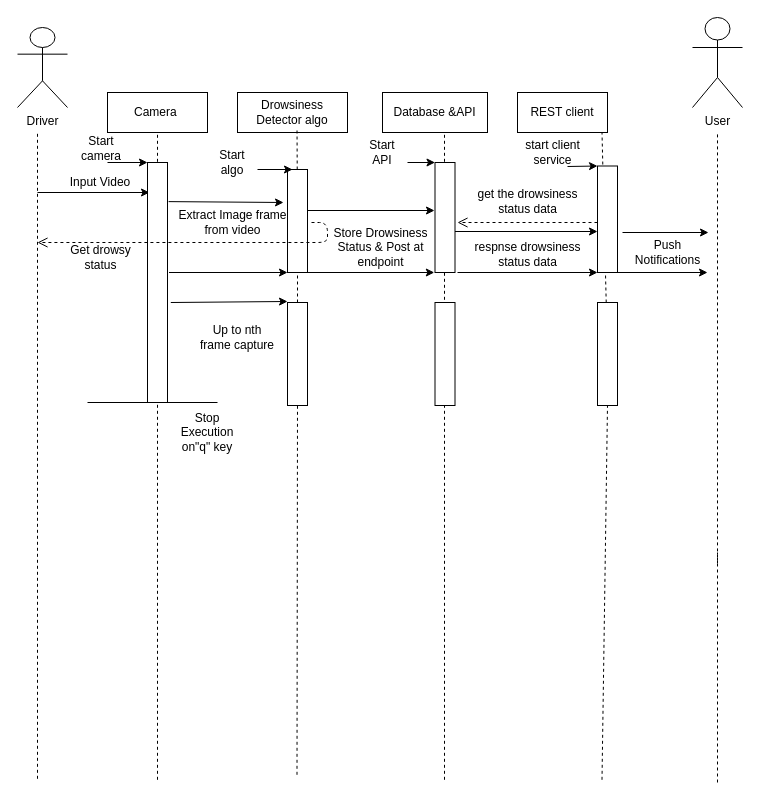
The draw.io diagram sequence diagram.drawio in jonamadk/DrawIO, before the edit. Source tidied: cells renumbered, new cells numbered last; positions are measured from the earlier drawing's top-left corner, leaving out a move shared by most shapes. Both pictures are drawn from the tidied source at 100%, with x=0, y=0 at pixel (17, 17).
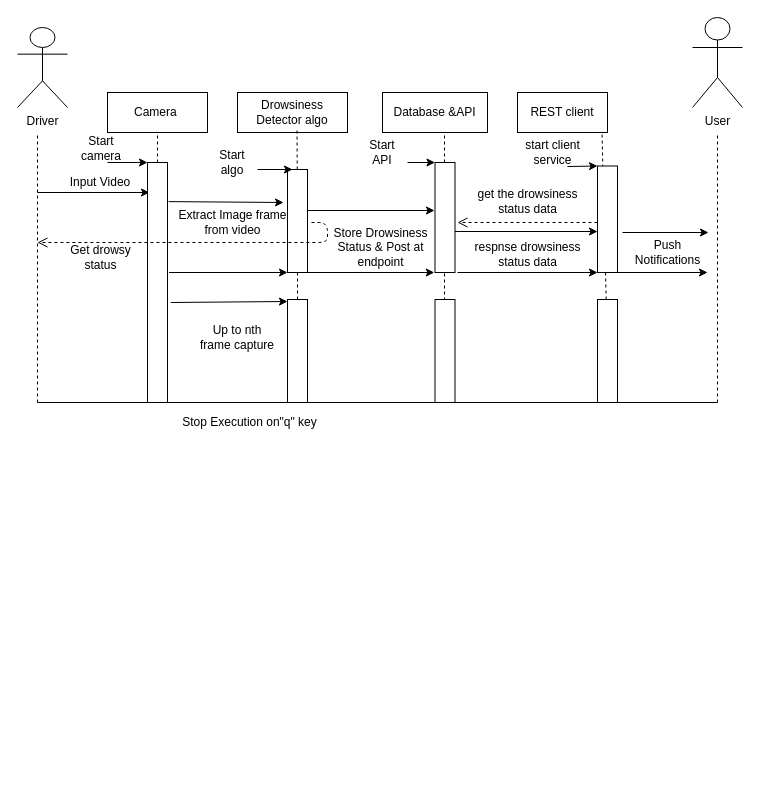
Above is the later version.

Unchanged cells that the change refers to:
```xml
<mxCell id="2" value="Camera&amp;nbsp;" style="rounded=0;whiteSpace=wrap;html=1;" parent="1" vertex="1">
  <mxGeometry x="90" y="75" width="100" height="40" as="geometry" />
</mxCell>
```

What changed in the source:
```diff
@@
     <mxCell id="8" style="endArrow=none;dashed=1;html=1;entryX=0.5;entryY=1;entryDx=0;entryDy=0;" parent="1" edge="1" target="2">
       <mxGeometry relative="1" as="geometry">
-        <mxPoint x="140" y="762.3" as="sourcePoint" />
+        <mxPoint x="140" y="385" as="sourcePoint" />
       </mxGeometry>
     </mxCell>
-    <mxCell id="9" style="endArrow=none;dashed=1;html=1;entryX=0.5;entryY=1;entryDx=0;entryDy=0;" parent="1" edge="1">
+    <mxCell id="9" style="endArrow=none;dashed=1;html=1;" parent="1" edge="1">
       <mxGeometry relative="1" as="geometry">
-        <mxPoint x="20" y="761.3" as="sourcePoint" />
-        <mxPoint x="20" y="114" as="targetPoint" />
+        <mxPoint x="20" y="385" as="sourcePoint" />
+        <mxPoint x="20" y="115" as="targetPoint" />
       </mxGeometry>
     </mxCell>
@@
     <mxCell id="11" style="endArrow=none;dashed=1;html=1;entryX=0.5;entryY=1;entryDx=0;entryDy=0;" parent="1" edge="1">
       <mxGeometry relative="1" as="geometry">
-        <mxPoint x="427" y="762.3" as="sourcePoint" />
+        <mxPoint x="427" y="385" as="sourcePoint" />
         <mxPoint x="427" y="115" as="targetPoint" />
       </mxGeometry>
     </mxCell>
@@
     <mxCell id="36" style="endArrow=none;dashed=1;html=1;" parent="1" edge="1">
       <mxGeometry relative="1" as="geometry">
-        <mxPoint x="700" y="545.9" as="sourcePoint" />
+        <mxPoint x="700" y="385" as="sourcePoint" />
         <mxPoint x="700" y="115" as="targetPoint" />
       </mxGeometry>
     </mxCell>
-    <mxCell id="37" style="endArrow=none;dashed=1;html=1;entryX=0.5;entryY=1;entryDx=0;entryDy=0;" parent="1" edge="1">
+    <mxCell id="37" style="endArrow=none;dashed=1;html=1;" parent="1" edge="1">
       <mxGeometry relative="1" as="geometry">
-        <mxPoint x="700" y="765" as="sourcePoint" />
-        <mxPoint x="700" y="535" as="targetPoint" />
+        <mxPoint x="700" y="395" as="sourcePoint" />
+        <mxPoint x="700" y="395" as="targetPoint" />
       </mxGeometry>
     </mxCell>
@@
     <mxCell id="45" style="rounded=0;whiteSpace=wrap;html=1;" parent="1" vertex="1">
-      <mxGeometry x="270" y="285" width="20" height="103" as="geometry" />
+      <mxGeometry x="270" y="282" width="20" height="103" as="geometry" />
     </mxCell>
     <mxCell id="46" style="endArrow=none;dashed=1;html=1;entryX=0.5;entryY=1;entryDx=0;entryDy=0;" parent="1" edge="1" target="45">
       <mxGeometry relative="1" as="geometry">
-        <mxPoint x="279.5" y="757.3" as="sourcePoint" />
+        <mxPoint x="280" y="385" as="sourcePoint" />
       </mxGeometry>
     </mxCell>
     <mxCell id="47" style="rounded=0;whiteSpace=wrap;html=1;" parent="1" vertex="1">
-      <mxGeometry x="417.5" y="285" width="20" height="103" as="geometry" />
+      <mxGeometry x="417.5" y="282" width="20" height="103" as="geometry" />
     </mxCell>
     <mxCell id="48" style="rounded=0;whiteSpace=wrap;html=1;" parent="1" vertex="1">
-      <mxGeometry x="580" y="285" width="20" height="103" as="geometry" />
+      <mxGeometry x="580" y="282" width="20" height="103" as="geometry" />
     </mxCell>
     <mxCell id="49" style="endArrow=none;dashed=1;html=1;entryX=0.5;entryY=1;entryDx=0;entryDy=0;" parent="1" edge="1" target="48">
       <mxGeometry relative="1" as="geometry">
-        <mxPoint x="584.5" y="762.3" as="sourcePoint" />
+        <mxPoint x="590" y="385" as="sourcePoint" />
       </mxGeometry>
     </mxCell>
@@
     <mxCell id="52" style="endArrow=none;html=1;strokeColor=#000000;" parent="1" edge="1">
       <mxGeometry relative="1" as="geometry">
-        <mxPoint x="70" y="385" as="sourcePoint" />
-        <mxPoint x="200" y="385" as="targetPoint" />
+        <mxPoint x="20" y="385" as="sourcePoint" />
+        <mxPoint x="700" y="385" as="targetPoint" />
       </mxGeometry>
     </mxCell>
     <mxCell id="53" value="Stop Execution on&quot;q&quot; key" style="text;html=1;strokeColor=none;fillColor=none;align=center;verticalAlign=middle;whiteSpace=wrap;rounded=0;" parent="1" vertex="1">
-      <mxGeometry x="170" y="405" width="40" height="20" as="geometry" />
+      <mxGeometry x="155" y="395" width="155" height="20" as="geometry" />
     </mxCell>
```
